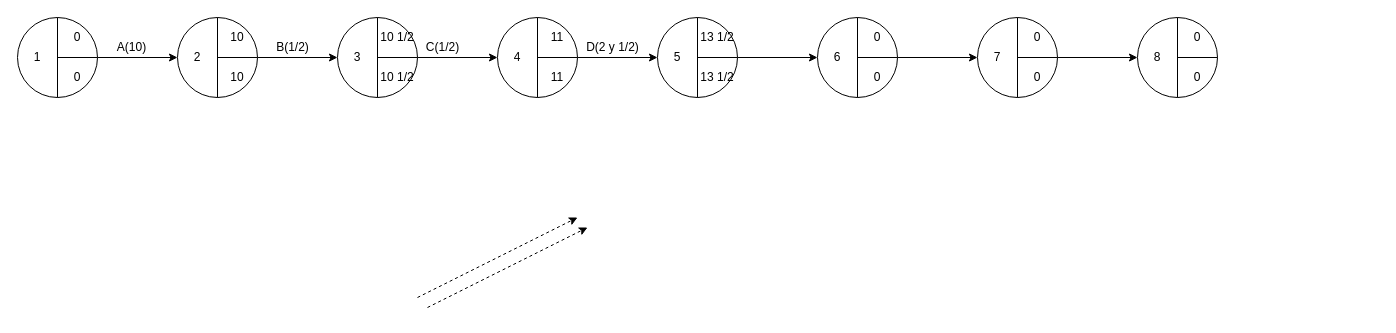
Above: IngenieriaSoftware/Practica2/ej6.drawio in Luchit0-afk/Diagramas (draw.io), before the change. Source tidied: cells renumbered, new cells numbered last; positions are measured from the earlier drawing's top-left corner, leaving out a move shared by most shapes. Both pictures are drawn from the tidied source at 100%, with x=0, y=0 at pixel (17, 17).
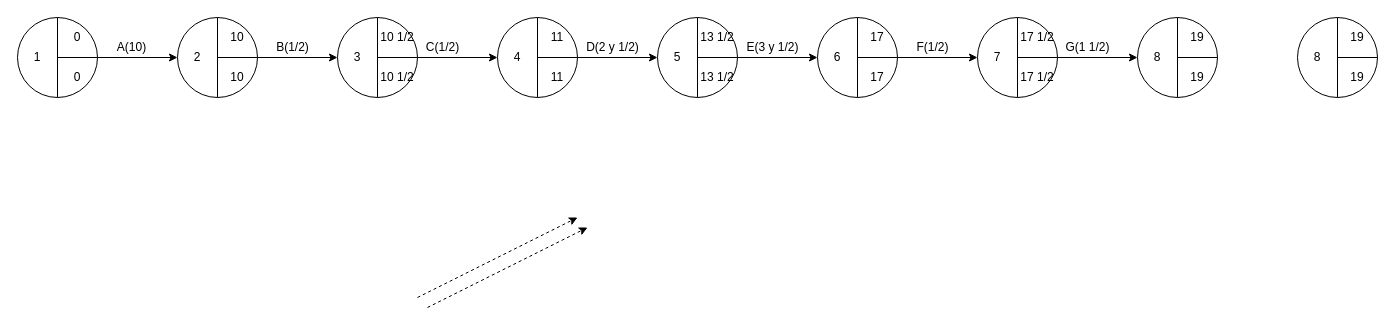
Above is the later version.

What changed in the source:
```diff
@@
-    <mxCell id="8" value="0" style="text;html=1;strokeColor=none;fillColor=none;align=center;verticalAlign=middle;whiteSpace=wrap;rounded=0;" parent="1" vertex="1">
+    <mxCell id="8" value="19" style="text;html=1;strokeColor=none;fillColor=none;align=center;verticalAlign=middle;whiteSpace=wrap;rounded=0;" parent="1" vertex="1">
       <mxGeometry x="1160" y="10" width="40" height="20" as="geometry" />
     </mxCell>
-    <mxCell id="9" value="0" style="text;html=1;strokeColor=none;fillColor=none;align=center;verticalAlign=middle;whiteSpace=wrap;rounded=0;" parent="1" vertex="1">
+    <mxCell id="9" value="19" style="text;html=1;strokeColor=none;fillColor=none;align=center;verticalAlign=middle;whiteSpace=wrap;rounded=0;" parent="1" vertex="1">
       <mxGeometry x="1160" y="50" width="40" height="20" as="geometry" />
     </mxCell>
@@
-    <mxCell id="50" value="0" style="text;html=1;strokeColor=none;fillColor=none;align=center;verticalAlign=middle;whiteSpace=wrap;rounded=0;" parent="1" vertex="1">
+    <mxCell id="50" value="17" style="text;html=1;strokeColor=none;fillColor=none;align=center;verticalAlign=middle;whiteSpace=wrap;rounded=0;" parent="1" vertex="1">
       <mxGeometry x="840" y="10" width="40" height="20" as="geometry" />
     </mxCell>
-    <mxCell id="51" value="0" style="text;html=1;strokeColor=none;fillColor=none;align=center;verticalAlign=middle;whiteSpace=wrap;rounded=0;" parent="1" vertex="1">
+    <mxCell id="51" value="17" style="text;html=1;strokeColor=none;fillColor=none;align=center;verticalAlign=middle;whiteSpace=wrap;rounded=0;" parent="1" vertex="1">
       <mxGeometry x="840" y="50" width="40" height="20" as="geometry" />
     </mxCell>
@@
-    <mxCell id="57" value="0" style="text;html=1;strokeColor=none;fillColor=none;align=center;verticalAlign=middle;whiteSpace=wrap;rounded=0;" parent="1" vertex="1">
+    <mxCell id="57" value="17 1/2" style="text;html=1;strokeColor=none;fillColor=none;align=center;verticalAlign=middle;whiteSpace=wrap;rounded=0;" parent="1" vertex="1">
       <mxGeometry x="1000" y="10" width="40" height="20" as="geometry" />
     </mxCell>
-    <mxCell id="58" value="0" style="text;html=1;strokeColor=none;fillColor=none;align=center;verticalAlign=middle;whiteSpace=wrap;rounded=0;" parent="1" vertex="1">
+    <mxCell id="58" value="17 1/2" style="text;html=1;strokeColor=none;fillColor=none;align=center;verticalAlign=middle;whiteSpace=wrap;rounded=0;" parent="1" vertex="1">
       <mxGeometry x="1000" y="50" width="40" height="20" as="geometry" />
     </mxCell>
@@
+    <mxCell id="63" value="E(3 y 1/2)" style="text;html=1;align=center;verticalAlign=middle;strokeColor=none;fillColor=none;" parent="1" vertex="1">
+      <mxGeometry x="720" y="20" width="70" height="20" as="geometry" />
+    </mxCell>
+    <mxCell id="64" value="F(1/2)" style="text;html=1;align=center;verticalAlign=middle;strokeColor=none;fillColor=none;" parent="1" vertex="1">
+      <mxGeometry x="890" y="20" width="50" height="20" as="geometry" />
+    </mxCell>
+    <mxCell id="65" value="G(1 1/2)" style="text;html=1;align=center;verticalAlign=middle;strokeColor=none;fillColor=none;" parent="1" vertex="1">
+      <mxGeometry x="1040" y="20" width="60" height="20" as="geometry" />
+    </mxCell>
+    <mxCell id="66" style="ellipse;whiteSpace=wrap;html=1;" parent="1" vertex="1">
+      <mxGeometry x="1280" width="80" height="80" as="geometry" />
+    </mxCell>
+    <mxCell id="67" style="endArrow=none;html=1;exitX=0.5;exitY=1;exitDx=0;exitDy=0;entryX=0.5;entryY=0;entryDx=0;entryDy=0;" parent="1" edge="1" source="66" target="66">
+      <mxGeometry relative="1" as="geometry" />
+    </mxCell>
+    <mxCell id="68" style="endArrow=none;html=1;exitX=1;exitY=0.5;exitDx=0;exitDy=0;" parent="1" edge="1" source="66">
+      <mxGeometry relative="1" as="geometry">
+        <mxPoint x="1320" y="40" as="targetPoint" />
+      </mxGeometry>
+    </mxCell>
+    <mxCell id="69" value="8" style="text;html=1;strokeColor=none;fillColor=none;align=center;verticalAlign=middle;whiteSpace=wrap;rounded=0;" parent="1" vertex="1">
+      <mxGeometry x="1280" y="30" width="40" height="20" as="geometry" />
+    </mxCell>
+    <mxCell id="70" value="19" style="text;html=1;strokeColor=none;fillColor=none;align=center;verticalAlign=middle;whiteSpace=wrap;rounded=0;" parent="1" vertex="1">
+      <mxGeometry x="1320" y="10" width="40" height="20" as="geometry" />
+    </mxCell>
+    <mxCell id="71" value="19" style="text;html=1;strokeColor=none;fillColor=none;align=center;verticalAlign=middle;whiteSpace=wrap;rounded=0;" parent="1" vertex="1">
+      <mxGeometry x="1320" y="50" width="40" height="20" as="geometry" />
+    </mxCell>
```
